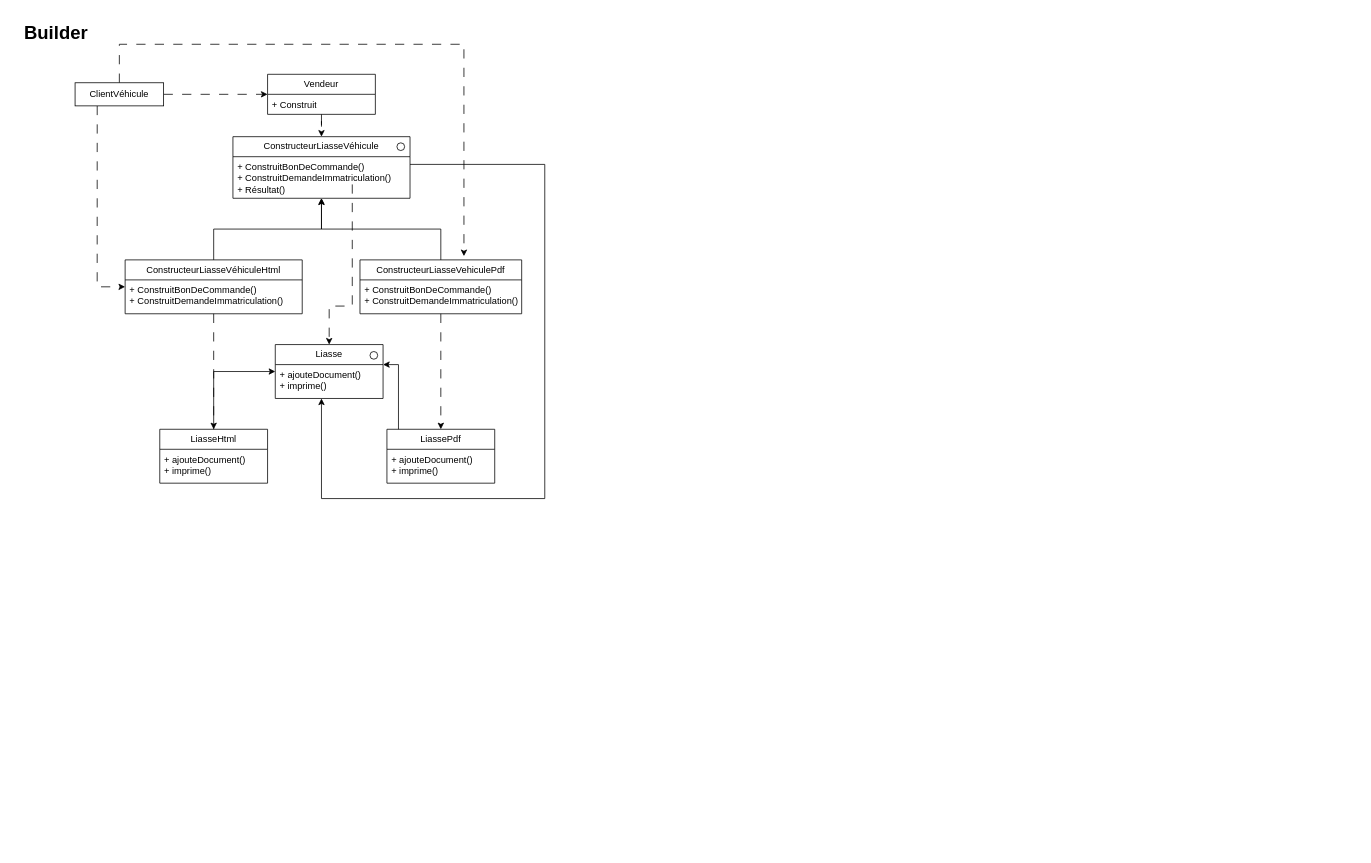
The draw.io diagram Diagram Abstract Builder.drawio in Benjamin0173/DesignPatternCSharp, before the edit. Source tidied: cells renumbered, new cells numbered last; positions are measured from the earlier drawing's top-left corner, leaving out a move shared by most shapes. Both pictures are drawn from the tidied source at 77%, with x=0, y=0 at pixel (13, 13).
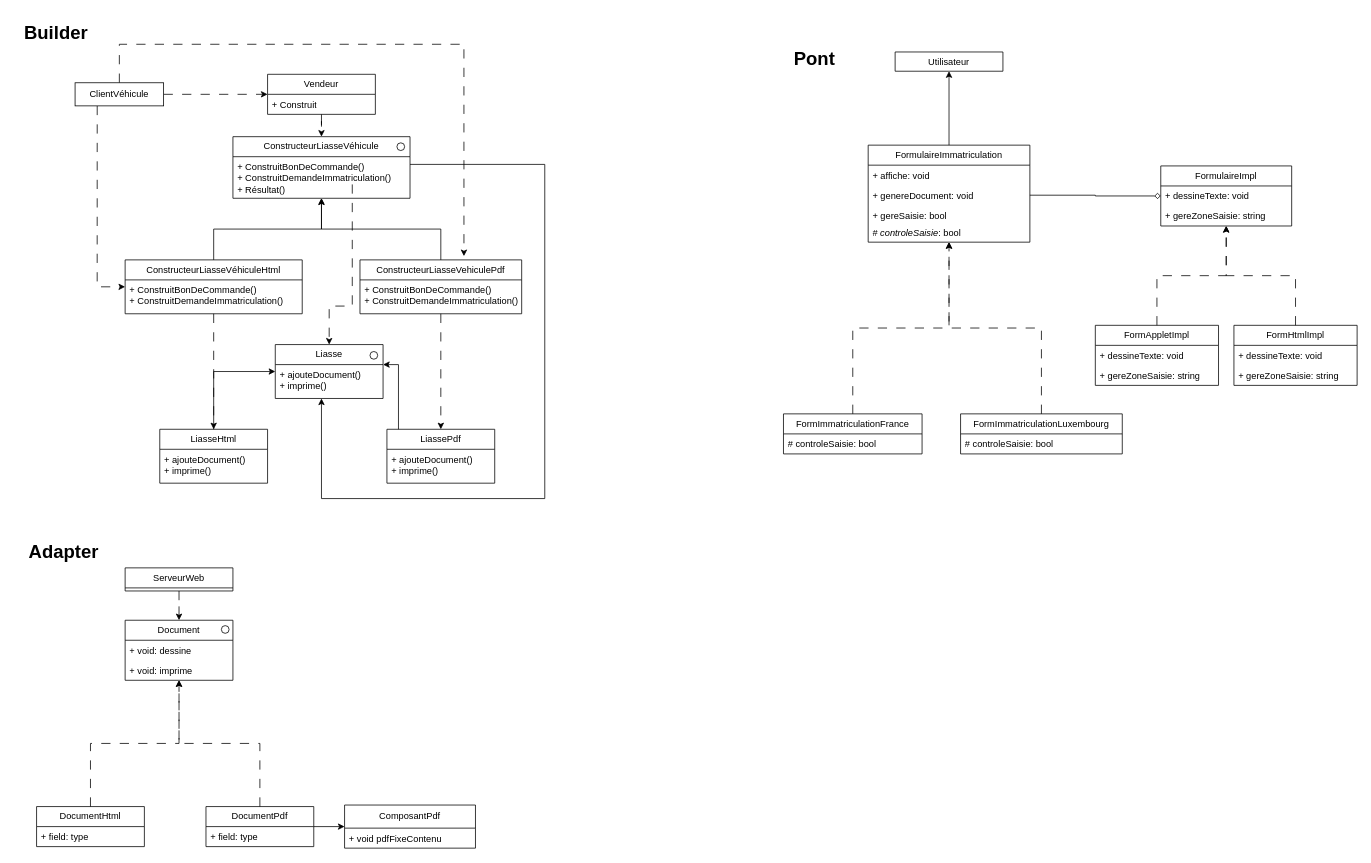
Above is the later version.

Diff of the diagram source:
```diff
@@
+    <mxCell id="32" value="Adapter" style="text;strokeColor=none;fillColor=none;html=1;fontSize=24;fontStyle=1;verticalAlign=middle;align=center;" parent="1" vertex="1">
+      <mxGeometry y="680" width="130" height="40" as="geometry" />
+    </mxCell>
+    <mxCell id="33" style="edgeStyle=orthogonalEdgeStyle;rounded=0;jettySize=auto;html=1;dashed=1;dashPattern=12 12;" parent="1" edge="1" source="34" target="35">
+      <mxGeometry relative="1" as="geometry" />
+    </mxCell>
+    <mxCell id="34" value="ServeurWeb" style="swimlane;fontStyle=0;horizontal=1;startSize=26;fillColor=none;whiteSpace=wrap;html=1;" parent="1" vertex="1">
+      <mxGeometry x="145" y="720" width="140" height="30" as="geometry" />
+    </mxCell>
+    <mxCell id="35" value="Document" style="swimlane;fontStyle=0;horizontal=1;startSize=26;fillColor=none;whiteSpace=wrap;html=1;" parent="1" vertex="1">
+      <mxGeometry x="145" y="788" width="140" height="78" as="geometry" />
+    </mxCell>
+    <mxCell id="36" value="+ void: dessine" style="text;strokeColor=none;fillColor=none;align=left;verticalAlign=top;spacingLeft=4;spacingRight=4;overflow=hidden;whiteSpace=wrap;html=1;" parent="35" vertex="1">
+      <mxGeometry y="26" width="140" height="26" as="geometry" />
+    </mxCell>
+    <mxCell id="37" value="+ void: imprime" style="text;strokeColor=none;fillColor=none;align=left;verticalAlign=top;spacingLeft=4;spacingRight=4;overflow=hidden;whiteSpace=wrap;html=1;" parent="35" vertex="1">
+      <mxGeometry y="52" width="140" height="26" as="geometry" />
+    </mxCell>
+    <mxCell id="38" value="ComposantPdf" style="swimlane;fontStyle=0;horizontal=1;startSize=30;fillColor=none;whiteSpace=wrap;html=1;" parent="1" vertex="1">
+      <mxGeometry x="430" y="1028" width="170" height="56" as="geometry" />
+    </mxCell>
+    <mxCell id="39" value="+&amp;nbsp;void pdfFixeContenu" style="text;strokeColor=none;fillColor=none;align=left;verticalAlign=top;spacingLeft=4;spacingRight=4;overflow=hidden;whiteSpace=wrap;html=1;" parent="38" vertex="1">
+      <mxGeometry y="30" width="170" height="26" as="geometry" />
+    </mxCell>
+    <mxCell id="40" style="edgeStyle=orthogonalEdgeStyle;rounded=0;jettySize=auto;html=1;dashed=1;dashPattern=12 12;" parent="1" edge="1" source="41" target="35">
+      <mxGeometry relative="1" as="geometry" />
+    </mxCell>
+    <mxCell id="41" value="DocumentHtml" style="swimlane;fontStyle=0;horizontal=1;startSize=26;fillColor=none;whiteSpace=wrap;html=1;" parent="1" vertex="1">
+      <mxGeometry x="30" y="1030" width="140" height="52" as="geometry" />
+    </mxCell>
+    <mxCell id="42" value="+ field: type" style="text;strokeColor=none;fillColor=none;align=left;verticalAlign=top;spacingLeft=4;spacingRight=4;overflow=hidden;whiteSpace=wrap;html=1;" parent="41" vertex="1">
+      <mxGeometry y="26" width="140" height="26" as="geometry" />
+    </mxCell>
+    <mxCell id="43" style="edgeStyle=orthogonalEdgeStyle;rounded=0;jettySize=auto;html=1;exitX=0.5;exitY=0;exitDx=0;exitDy=0;dashed=1;dashPattern=12 12;" parent="1" edge="1" source="45" target="35">
+      <mxGeometry relative="1" as="geometry" />
+    </mxCell>
+    <mxCell id="44" style="edgeStyle=orthogonalEdgeStyle;rounded=0;jettySize=auto;html=1;exitX=1;exitY=0.5;exitDx=0;exitDy=0;" parent="1" edge="1" source="45" target="38">
+      <mxGeometry relative="1" as="geometry" />
+    </mxCell>
+    <mxCell id="45" value="DocumentPdf" style="swimlane;fontStyle=0;horizontal=1;startSize=26;fillColor=none;whiteSpace=wrap;html=1;" parent="1" vertex="1">
+      <mxGeometry x="250" y="1030" width="140" height="52" as="geometry" />
+    </mxCell>
+    <mxCell id="46" value="+ field: type" style="text;strokeColor=none;fillColor=none;align=left;verticalAlign=top;spacingLeft=4;spacingRight=4;overflow=hidden;whiteSpace=wrap;html=1;" parent="45" vertex="1">
+      <mxGeometry y="26" width="140" height="26" as="geometry" />
+    </mxCell>
+    <mxCell id="47" style="ellipse;whiteSpace=wrap;html=1;" parent="1" vertex="1">
+      <mxGeometry x="270" y="795" width="10" height="10" as="geometry" />
+    </mxCell>
+    <mxCell id="48" value="Pont" style="text;strokeColor=none;fillColor=none;html=1;fontSize=24;fontStyle=1;verticalAlign=middle;align=center;" parent="1" vertex="1">
+      <mxGeometry x="1000" y="39" width="80" height="40" as="geometry" />
+    </mxCell>
+    <mxCell id="49" value="Utilisateur" style="swimlane;fontStyle=0;horizontal=1;startSize=26;fillColor=none;whiteSpace=wrap;html=1;" parent="1" vertex="1">
+      <mxGeometry x="1145" y="50" width="140" height="25" as="geometry" />
+    </mxCell>
+    <mxCell id="50" style="edgeStyle=orthogonalEdgeStyle;rounded=0;jettySize=auto;html=1;dashed=1;dashPattern=12 12;" parent="1" edge="1" source="51" target="65">
+      <mxGeometry relative="1" as="geometry" />
+    </mxCell>
+    <mxCell id="51" value="FormImmatriculationFrance" style="swimlane;fontStyle=0;horizontal=1;startSize=26;fillColor=none;whiteSpace=wrap;html=1;" parent="1" vertex="1">
+      <mxGeometry x="1000" y="520" width="180" height="52" as="geometry" />
+    </mxCell>
+    <mxCell id="52" value="# controleSaisie: bool" style="text;strokeColor=none;fillColor=none;align=left;verticalAlign=top;spacingLeft=4;spacingRight=4;overflow=hidden;whiteSpace=wrap;html=1;" parent="51" vertex="1">
+      <mxGeometry y="26" width="180" height="26" as="geometry" />
+    </mxCell>
+    <mxCell id="53" style="edgeStyle=orthogonalEdgeStyle;rounded=0;jettySize=auto;html=1;dashed=1;dashPattern=12 12;" parent="1" edge="1" source="54" target="70">
+      <mxGeometry relative="1" as="geometry" />
+    </mxCell>
+    <mxCell id="54" value="FormHtmlImpl" style="swimlane;fontStyle=0;horizontal=1;startSize=26;fillColor=none;whiteSpace=wrap;html=1;" parent="1" vertex="1">
+      <mxGeometry x="1585" y="405" width="160" height="78" as="geometry" />
+    </mxCell>
+    <mxCell id="55" value="+ dessineTexte: void" style="text;strokeColor=none;fillColor=none;align=left;verticalAlign=top;spacingLeft=4;spacingRight=4;overflow=hidden;whiteSpace=wrap;html=1;" parent="54" vertex="1">
+      <mxGeometry y="26" width="160" height="26" as="geometry" />
+    </mxCell>
+    <mxCell id="56" value="+&amp;nbsp;gereZoneSaisie: string" style="text;strokeColor=none;fillColor=none;align=left;verticalAlign=top;spacingLeft=4;spacingRight=4;overflow=hidden;whiteSpace=wrap;html=1;" parent="54" vertex="1">
+      <mxGeometry y="52" width="160" height="26" as="geometry" />
+    </mxCell>
+    <mxCell id="57" style="edgeStyle=orthogonalEdgeStyle;rounded=0;jettySize=auto;html=1;dashed=1;dashPattern=12 12;" parent="1" edge="1" source="58" target="65">
+      <mxGeometry relative="1" as="geometry" />
+    </mxCell>
+    <mxCell id="58" value="FormImmatriculationLuxembourg" style="swimlane;fontStyle=0;horizontal=1;startSize=26;fillColor=none;whiteSpace=wrap;html=1;" parent="1" vertex="1">
+      <mxGeometry x="1230" y="520" width="210" height="52" as="geometry" />
+    </mxCell>
+    <mxCell id="59" value="# controleSaisie&lt;span style=&quot;background-color: initial;&quot;&gt;: bool&lt;/span&gt;" style="text;strokeColor=none;fillColor=none;align=left;verticalAlign=top;spacingLeft=4;spacingRight=4;overflow=hidden;whiteSpace=wrap;html=1;" parent="58" vertex="1">
+      <mxGeometry y="26" width="210" height="26" as="geometry" />
+    </mxCell>
+    <mxCell id="60" style="edgeStyle=orthogonalEdgeStyle;rounded=0;jettySize=auto;html=1;dashed=1;dashPattern=12 12;" parent="1" edge="1" source="61" target="70">
+      <mxGeometry relative="1" as="geometry" />
+    </mxCell>
+    <mxCell id="61" value="FormAppletImpl" style="swimlane;fontStyle=0;horizontal=1;startSize=26;fillColor=none;whiteSpace=wrap;html=1;" parent="1" vertex="1">
+      <mxGeometry x="1405" y="405" width="160" height="78" as="geometry" />
+    </mxCell>
+    <mxCell id="62" value="+ dessineTexte: void" style="text;strokeColor=none;fillColor=none;align=left;verticalAlign=top;spacingLeft=4;spacingRight=4;overflow=hidden;whiteSpace=wrap;html=1;" parent="61" vertex="1">
+      <mxGeometry y="26" width="160" height="26" as="geometry" />
+    </mxCell>
+    <mxCell id="63" value="+&amp;nbsp;gereZoneSaisie: string" style="text;strokeColor=none;fillColor=none;align=left;verticalAlign=top;spacingLeft=4;spacingRight=4;overflow=hidden;whiteSpace=wrap;html=1;" parent="61" vertex="1">
+      <mxGeometry y="52" width="160" height="26" as="geometry" />
+    </mxCell>
+    <mxCell id="64" style="edgeStyle=orthogonalEdgeStyle;rounded=0;jettySize=auto;html=1;" parent="1" edge="1" source="65" target="49">
+      <mxGeometry relative="1" as="geometry" />
+    </mxCell>
+    <mxCell id="65" value="FormulaireImmatriculation" style="swimlane;fontStyle=0;horizontal=1;startSize=26;fillColor=none;whiteSpace=wrap;html=1;" parent="1" vertex="1">
+      <mxGeometry x="1110" y="171" width="210" height="126" as="geometry" />
+    </mxCell>
+    <mxCell id="66" value="+&amp;nbsp;affiche&lt;span style=&quot;background-color: initial;&quot;&gt;: void&lt;/span&gt;" style="text;strokeColor=none;fillColor=none;align=left;verticalAlign=top;spacingLeft=4;spacingRight=4;overflow=hidden;whiteSpace=wrap;html=1;" parent="65" vertex="1">
+      <mxGeometry y="26" width="210" height="26" as="geometry" />
+    </mxCell>
+    <mxCell id="67" value="+&amp;nbsp;genereDocument&lt;span style=&quot;background-color: initial;&quot;&gt;: void&lt;/span&gt;" style="text;strokeColor=none;fillColor=none;align=left;verticalAlign=top;spacingLeft=4;spacingRight=4;overflow=hidden;points=[[0,0.5],[1,0.5]];portConstraint=eastwest;whiteSpace=wrap;html=1;" parent="65" vertex="1">
+      <mxGeometry y="52" width="210" height="26" as="geometry" />
+    </mxCell>
+    <mxCell id="68" value="+&amp;nbsp;gereSaisie&lt;span style=&quot;background-color: initial;&quot;&gt;: bool&lt;/span&gt;" style="text;strokeColor=none;fillColor=none;align=left;verticalAlign=top;spacingLeft=4;spacingRight=4;overflow=hidden;whiteSpace=wrap;html=1;" parent="65" vertex="1">
+      <mxGeometry y="78" width="210" height="22" as="geometry" />
+    </mxCell>
+    <mxCell id="69" value="# &lt;i&gt;controleSaisie&lt;/i&gt;&lt;span style=&quot;background-color: initial;&quot;&gt;: bool&lt;/span&gt;" style="text;strokeColor=none;fillColor=none;align=left;verticalAlign=top;spacingLeft=4;spacingRight=4;overflow=hidden;whiteSpace=wrap;html=1;" parent="65" vertex="1">
+      <mxGeometry y="100" width="210" height="26" as="geometry" />
+    </mxCell>
+    <mxCell id="70" value="FormulaireImpl" style="swimlane;fontStyle=0;horizontal=1;startSize=26;fillColor=none;whiteSpace=wrap;html=1;" parent="1" vertex="1">
+      <mxGeometry x="1490" y="198" width="170" height="78" as="geometry" />
+    </mxCell>
+    <mxCell id="71" value="+ dessineTexte: void" style="text;strokeColor=none;fillColor=none;align=left;verticalAlign=top;spacingLeft=4;spacingRight=4;overflow=hidden;whiteSpace=wrap;html=1;" parent="70" vertex="1">
+      <mxGeometry y="26" width="170" height="26" as="geometry" />
+    </mxCell>
+    <mxCell id="72" value="+&amp;nbsp;gereZoneSaisie: string" style="text;strokeColor=none;fillColor=none;align=left;verticalAlign=top;spacingLeft=4;spacingRight=4;overflow=hidden;whiteSpace=wrap;html=1;" parent="70" vertex="1">
+      <mxGeometry y="52" width="170" height="26" as="geometry" />
+    </mxCell>
+    <mxCell id="73" style="edgeStyle=orthogonalEdgeStyle;rounded=0;jettySize=auto;html=1;endArrow=diamond;endFill=0;" parent="1" edge="1" source="67" target="70">
+      <mxGeometry relative="1" as="geometry" />
+    </mxCell>
```
